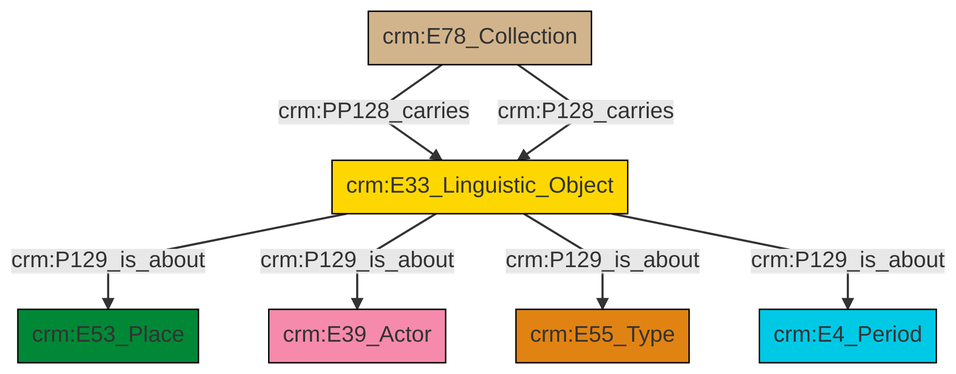
swiss-art-research-net/docs.swissartresearch keeps this Mermaid diagram as et/archivalCSV/ttl/mmd/png/archival_aboutness.png. Above is the earlier version. Its source is kept beside it as et/archivalCSV/ttl/mmd/archival_aboutness.ttl.mmd.
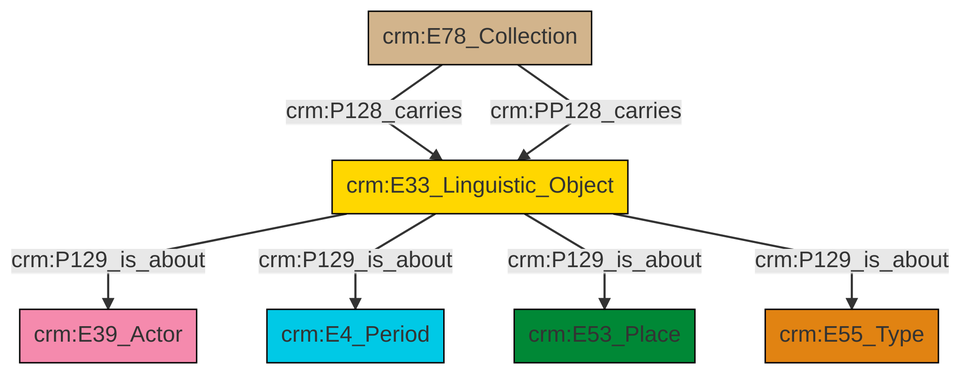
After the commit.

What changed in the source:
```diff
@@ -13,9 +13,9 @@
 classDef PC_Classes fill:#4ce600, stroke:#000000;
 classDef Multi fill:#cccccc,stroke:#000000;
 
-0["crm:E78_Collection"]:::Physical_Thing -->|crm:PP128_carries| 2["crm:E33_Linguistic_Object"]:::Conceptual_Object
-2["crm:E33_Linguistic_Object"]:::Conceptual_Object -->|crm:P129_is_about| 3["crm:E53_Place"]:::Place
-0["crm:E78_Collection"]:::Physical_Thing -->|crm:P128_carries| 2["crm:E33_Linguistic_Object"]:::Conceptual_Object
-2["crm:E33_Linguistic_Object"]:::Conceptual_Object -->|crm:P129_is_about| 7["crm:E39_Actor"]:::Actor
-2["crm:E33_Linguistic_Object"]:::Conceptual_Object -->|crm:P129_is_about| 8["crm:E55_Type"]:::Type
-2["crm:E33_Linguistic_Object"]:::Conceptual_Object -->|crm:P129_is_about| 4["crm:E4_Period"]:::Temporal_Entity
+0["crm:E78_Collection"]:::Physical_Thing -->|crm:P128_carries| 1["crm:E33_Linguistic_Object"]:::Conceptual_Object
+1["crm:E33_Linguistic_Object"]:::Conceptual_Object -->|crm:P129_is_about| 2["crm:E39_Actor"]:::Actor
+1["crm:E33_Linguistic_Object"]:::Conceptual_Object -->|crm:P129_is_about| 3["crm:E4_Period"]:::Temporal_Entity
+1["crm:E33_Linguistic_Object"]:::Conceptual_Object -->|crm:P129_is_about| 4["crm:E53_Place"]:::Place
+0["crm:E78_Collection"]:::Physical_Thing -->|crm:PP128_carries| 1["crm:E33_Linguistic_Object"]:::Conceptual_Object
+1["crm:E33_Linguistic_Object"]:::Conceptual_Object -->|crm:P129_is_about| 6["crm:E55_Type"]:::Type
```
